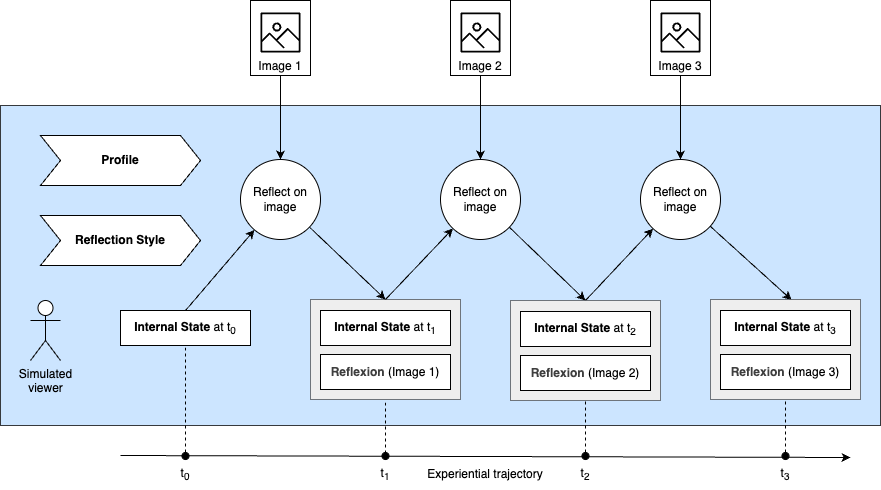
Before: docs/stateful-viewing-process.en.png, a diagram exported from draw.io (fredericbenard/stateful-viewers). Source tidied: cells renumbered, new cells last; positions are measured from the earlier drawing's top-left corner, leaving out a move shared by most shapes.
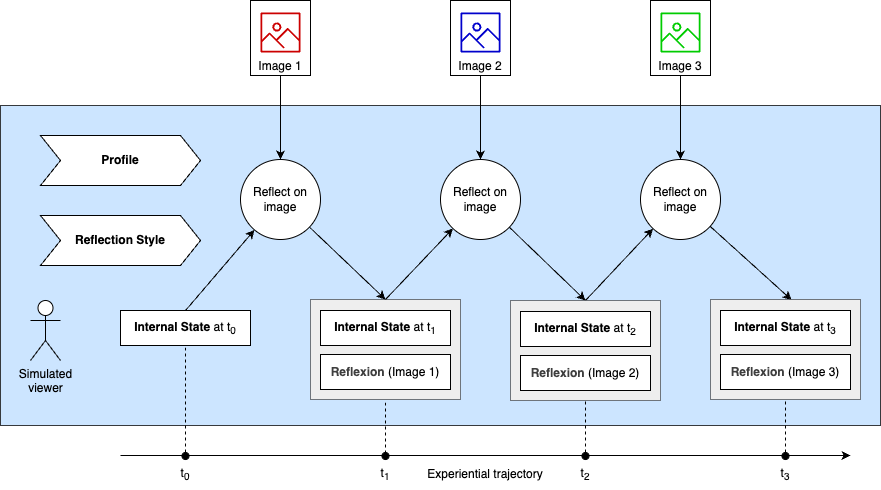
The same diagram one commit later.

What changed in the source:
```diff
@@ -64,7 +64,7 @@
     </mxCell>
     <mxCell id="22" style="endArrow=none;html=1;endFill=0;startArrow=classic;startFill=1;" parent="1" edge="1">
       <mxGeometry relative="1" as="geometry">
-        <mxPoint x="850" y="457" as="sourcePoint" />
+        <mxPoint x="850" y="455" as="sourcePoint" />
         <mxPoint x="120" y="455" as="targetPoint" />
       </mxGeometry>
     </mxCell>
@@ -132,19 +132,19 @@
     <mxCell id="42" value="&lt;b style=&quot;color: rgb(63, 63, 63); scrollbar-color: rgb(226, 226, 226) rgb(251, 251, 251);&quot;&gt;Reflexion&lt;/b&gt;&lt;span style=&quot;color: rgb(0, 0, 0); scrollbar-color: rgb(226, 226, 226) rgb(251, 251, 251);&quot;&gt;&amp;nbsp;(Image 3)&lt;/span&gt;" style="rounded=0;whiteSpace=wrap;html=1;" parent="1" vertex="1">
       <mxGeometry x="720" y="354" width="130" height="35" as="geometry" />
     </mxCell>
-    <mxCell id="43" style="sketch=0;fontColor=#232F3E;gradientColor=none;fillColor=#000000;strokeColor=none;dashed=0;verticalLabelPosition=bottom;verticalAlign=top;align=center;html=1;fontSize=12;fontStyle=0;shape=mxgraph.aws4.container_registry_image;" parent="1" vertex="1">
+    <mxCell id="43" style="sketch=0;fontColor=#232F3E;gradientColor=none;fillColor=#CC0000;strokeColor=none;dashed=0;verticalLabelPosition=bottom;verticalAlign=top;align=center;html=1;fontSize=12;fontStyle=0;shape=mxgraph.aws4.container_registry_image;" parent="1" vertex="1">
       <mxGeometry x="260" y="12" width="40" height="40" as="geometry" />
     </mxCell>
     <mxCell id="44" value="Imag&lt;span style=&quot;color: rgba(0, 0, 0, 0); font-family: monospace; font-size: 0px;&quot;&gt;%3CmxGraphModel%3E%3Croot%3E%3CmxCell%20id%3D%220%22%2F%3E%3CmxCell%20id%3D%221%22%20parent%3D%220%22%2F%3E%3CmxCell%20id%3D%222%22%20value%3D%22Profile%22%20style%3D%22rounded%3D0%3BwhiteSpace%3Dwrap%3Bhtml%3D1%3B%22%20vertex%3D%221%22%20parent%3D%221%22%3E%3CmxGeometry%20x%3D%2290%22%20y%3D%22260%22%20width%3D%22120%22%20height%3D%2260%22%20as%3D%22geometry%22%2F%3E%3C%2FmxCell%3E%3C%2Froot%3E%3C%2FmxGraphModel%3E&lt;/span&gt;e 2&lt;span style=&quot;color: rgba(0, 0, 0, 0); font-family: monospace; font-size: 0px;&quot;&gt;%3CmxGraphModel%3E%3Croot%3E%3CmxCell%20id%3D%220%22%2F%3E%3CmxCell%20id%3D%221%22%20parent%3D%220%22%2F%3E%3CmxCell%20id%3D%222%22%20value%3D%22Profile%22%20style%3D%22rounded%3D0%3BwhiteSpace%3Dwrap%3Bhtml%3D1%3B%22%20vertex%3D%221%22%20parent%3D%221%22%3E%3CmxGeometry%20x%3D%2290%22%20y%3D%22260%22%20width%3D%22120%22%20height%3D%2260%22%20as%3D%22geometry%22%2F%3E%3C%2FmxCell%3E%3C%2Froot%3E%3C%2FmxGraphModel%3E&lt;/span&gt;" style="rounded=0;whiteSpace=wrap;html=1;align=center;verticalAlign=bottom;" parent="1" vertex="1">
       <mxGeometry x="450" width="60" height="75" as="geometry" />
     </mxCell>
-    <mxCell id="45" style="sketch=0;fontColor=#232F3E;gradientColor=none;fillColor=#000000;strokeColor=none;dashed=0;verticalLabelPosition=bottom;verticalAlign=top;align=center;html=1;fontSize=12;fontStyle=0;shape=mxgraph.aws4.container_registry_image;" parent="1" vertex="1">
+    <mxCell id="45" style="sketch=0;fontColor=#232F3E;gradientColor=none;fillColor=#0000CC;strokeColor=none;dashed=0;verticalLabelPosition=bottom;verticalAlign=top;align=center;html=1;fontSize=12;fontStyle=0;shape=mxgraph.aws4.container_registry_image;" parent="1" vertex="1">
       <mxGeometry x="460" y="12" width="40" height="40" as="geometry" />
     </mxCell>
     <mxCell id="46" value="Imag&lt;span style=&quot;color: rgba(0, 0, 0, 0); font-family: monospace; font-size: 0px;&quot;&gt;%3CmxGraphModel%3E%3Croot%3E%3CmxCell%20id%3D%220%22%2F%3E%3CmxCell%20id%3D%221%22%20parent%3D%220%22%2F%3E%3CmxCell%20id%3D%222%22%20value%3D%22Profile%22%20style%3D%22rounded%3D0%3BwhiteSpace%3Dwrap%3Bhtml%3D1%3B%22%20vertex%3D%221%22%20parent%3D%221%22%3E%3CmxGeometry%20x%3D%2290%22%20y%3D%22260%22%20width%3D%22120%22%20height%3D%2260%22%20as%3D%22geometry%22%2F%3E%3C%2FmxCell%3E%3C%2Froot%3E%3C%2FmxGraphModel%3E&lt;/span&gt;e 3&lt;span style=&quot;color: rgba(0, 0, 0, 0); font-family: monospace; font-size: 0px;&quot;&gt;%3CmxGraphModel%3E%3Croot%3E%3CmxCell%20id%3D%220%22%2F%3E%3CmxCell%20id%3D%221%22%20parent%3D%220%22%2F%3E%3CmxCell%20id%3D%222%22%20value%3D%22Profile%22%20style%3D%22rounded%3D0%3BwhiteSpace%3Dwrap%3Bhtml%3D1%3B%22%20vertex%3D%221%22%20parent%3D%221%22%3E%3CmxGeometry%20x%3D%2290%22%20y%3D%22260%22%20width%3D%22120%22%20height%3D%2260%22%20as%3D%22geometry%22%2F%3E%3C%2FmxCell%3E%3C%2Froot%3E%3C%2FmxGraphModel%3E&lt;/span&gt;" style="rounded=0;whiteSpace=wrap;html=1;align=center;verticalAlign=bottom;" parent="1" vertex="1">
       <mxGeometry x="650" width="60" height="75" as="geometry" />
     </mxCell>
-    <mxCell id="47" style="sketch=0;fontColor=#232F3E;gradientColor=none;fillColor=#000000;strokeColor=none;dashed=0;verticalLabelPosition=bottom;verticalAlign=top;align=center;html=1;fontSize=12;fontStyle=0;shape=mxgraph.aws4.container_registry_image;" parent="1" vertex="1">
+    <mxCell id="47" style="sketch=0;fillColor=#00CC00;strokeColor=#36393d;dashed=0;verticalLabelPosition=bottom;verticalAlign=top;align=center;html=1;fontSize=12;fontStyle=0;shape=mxgraph.aws4.container_registry_image;" parent="1" vertex="1">
       <mxGeometry x="660" y="12" width="40" height="40" as="geometry" />
     </mxCell>
   </root>
```
